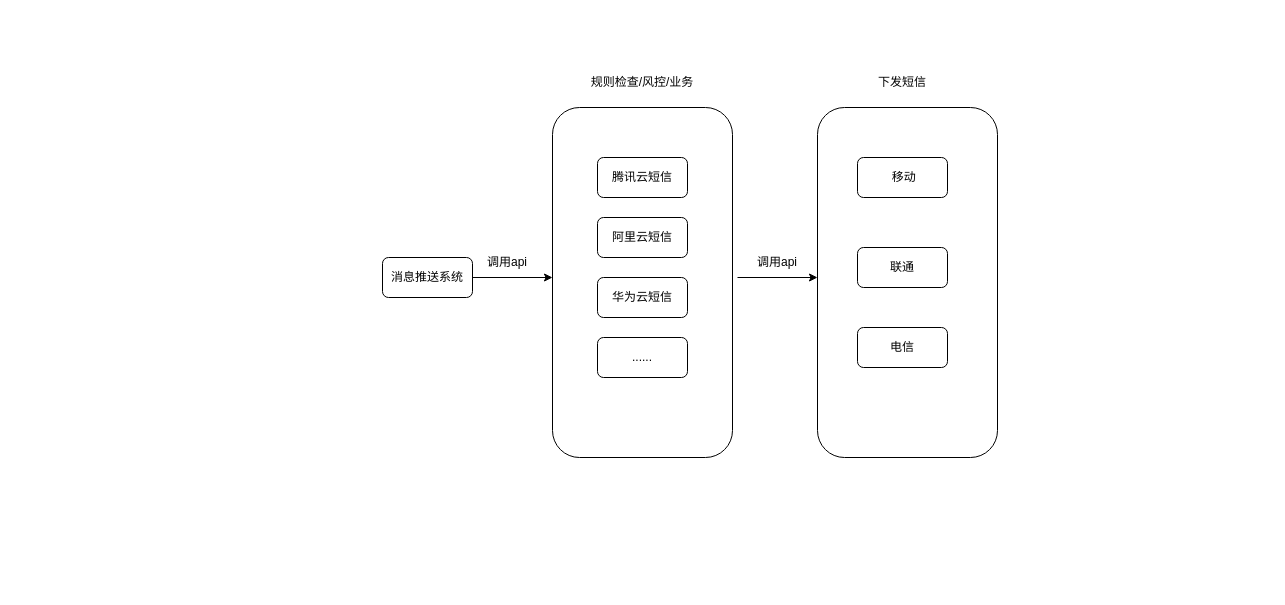
This is 调用渠道商API处理流程.drawio from Crazypointer/Picture, a draw.io file, before an edit. Source tidied: cells renumbered, new cells numbered last; positions are measured from the earlier drawing's top-left corner, leaving out a move shared by most shapes. Both pictures are drawn from the tidied source at 100%, with x=0, y=0 at pixel (382, 67).
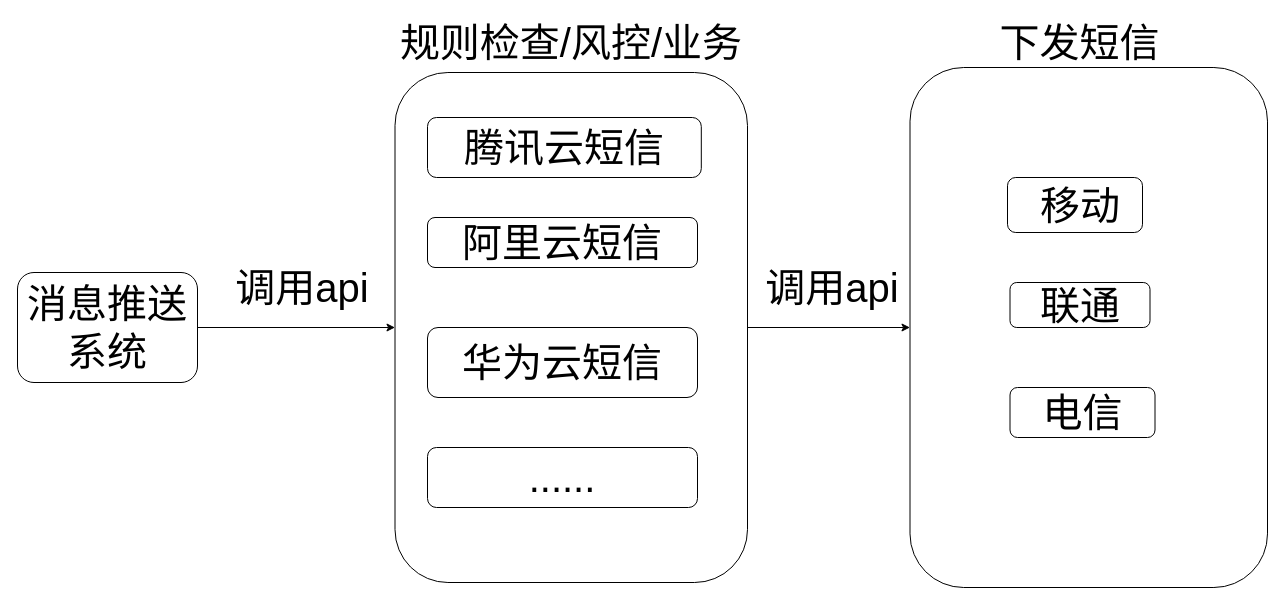
After the change.

Commit message:
更新调用渠道商API处理流程.drawio

Diff of the diagram source:
```diff
@@
 <mxGraphModel>
   <root>
     <mxCell id="0" />
     <mxCell id="1" parent="0" />
-    <mxCell id="2" style="rounded=1;whiteSpace=wrap;html=1;" parent="1" vertex="1">
-      <mxGeometry x="435" y="40" width="180" height="350" as="geometry" />
+    <mxCell id="2" style="rounded=1;whiteSpace=wrap;html=1;fontSize=40;" parent="1" vertex="1">
+      <mxGeometry x="527.5" width="357.5" height="520" as="geometry" />
     </mxCell>
+    <mxCell id="18" style="edgeStyle=orthogonalEdgeStyle;rounded=0;jettySize=auto;html=1;entryX=0;entryY=0.5;entryDx=0;entryDy=0;" parent="1" edge="1" source="3" target="2">
+      <mxGeometry relative="1" as="geometry" />
+    </mxCell>
-    <mxCell id="3" style="rounded=1;whiteSpace=wrap;html=1;" parent="1" vertex="1">
-      <mxGeometry x="170" y="40" width="180" height="350" as="geometry" />
+    <mxCell id="3" style="rounded=1;whiteSpace=wrap;html=1;fontSize=40;" parent="1" vertex="1">
+      <mxGeometry x="12.5" y="5" width="352.5" height="510" as="geometry" />
     </mxCell>
+    <mxCell id="19" style="edgeStyle=orthogonalEdgeStyle;rounded=0;jettySize=auto;html=1;entryX=0;entryY=0.5;entryDx=0;entryDy=0;" parent="1" edge="1" source="4" target="3">
+      <mxGeometry relative="1" as="geometry" />
+    </mxCell>
-    <mxCell id="4" value="消息推送系统" style="rounded=1;whiteSpace=wrap;html=1;" parent="1" vertex="1">
-      <mxGeometry y="190" width="90" height="40" as="geometry" />
+    <mxCell id="4" value="消息推送系统" style="rounded=1;whiteSpace=wrap;html=1;fontSize=40;" parent="1" vertex="1">
+      <mxGeometry x="-365" y="205" width="180" height="110" as="geometry" />
     </mxCell>
-    <mxCell id="5" value="腾讯云短信" style="rounded=1;whiteSpace=wrap;html=1;" parent="1" vertex="1">
-      <mxGeometry x="215" y="90" width="90" height="40" as="geometry" />
+    <mxCell id="5" value="腾讯云短信" style="rounded=1;whiteSpace=wrap;html=1;fontSize=40;" parent="1" vertex="1">
+      <mxGeometry x="45" y="50" width="273.8" height="60" as="geometry" />
     </mxCell>
-    <mxCell id="6" value="阿里云短信" style="rounded=1;whiteSpace=wrap;html=1;" parent="1" vertex="1">
-      <mxGeometry x="215" y="150" width="90" height="40" as="geometry" />
+    <mxCell id="6" value="阿里云短信" style="rounded=1;whiteSpace=wrap;html=1;fontSize=40;" parent="1" vertex="1">
+      <mxGeometry x="45" y="150" width="270" height="50" as="geometry" />
     </mxCell>
-    <mxCell id="7" value="华为云短信" style="rounded=1;whiteSpace=wrap;html=1;" parent="1" vertex="1">
-      <mxGeometry x="215" y="210" width="90" height="40" as="geometry" />
+    <mxCell id="7" value="华为云短信" style="rounded=1;whiteSpace=wrap;html=1;fontSize=40;" parent="1" vertex="1">
+      <mxGeometry x="45" y="260" width="270" height="70" as="geometry" />
     </mxCell>
-    <mxCell id="8" value="......" style="rounded=1;whiteSpace=wrap;html=1;" parent="1" vertex="1">
-      <mxGeometry x="215" y="270" width="90" height="40" as="geometry" />
+    <mxCell id="8" value="......" style="rounded=1;whiteSpace=wrap;html=1;fontSize=40;" parent="1" vertex="1">
+      <mxGeometry x="45" y="380" width="270" height="60" as="geometry" />
     </mxCell>
-    <mxCell id="9" style="endArrow=classic;html=1;rounded=0;exitX=1;exitY=0.5;exitDx=0;exitDy=0;" parent="1" edge="1" source="4">
-      <mxGeometry relative="1" as="geometry">
-        <mxPoint x="170" y="210" as="targetPoint" />
-      </mxGeometry>
-    </mxCell>
-    <mxCell id="10" value="规则检查/风控/业务" style="text;html=1;strokeColor=none;fillColor=none;align=center;verticalAlign=middle;whiteSpace=wrap;rounded=0;" parent="1" vertex="1">
-      <mxGeometry x="205" width="110" height="30" as="geometry" />
+    <mxCell id="10" value="规则检查/风控/业务" style="text;html=1;strokeColor=none;fillColor=none;align=center;verticalAlign=middle;whiteSpace=wrap;rounded=0;fontSize=40;" parent="1" vertex="1">
+      <mxGeometry x="-56.2" y="-50" width="490" height="50" as="geometry" />
     </mxCell>
-    <mxCell id="11" style="endArrow=classic;html=1;rounded=0;exitX=1;exitY=0.5;exitDx=0;exitDy=0;" parent="1" edge="1">
-      <mxGeometry relative="1" as="geometry">
-        <mxPoint x="355" y="210" as="sourcePoint" />
-        <mxPoint x="435" y="210" as="targetPoint" />
-      </mxGeometry>
-    </mxCell>
-    <mxCell id="12" value="&amp;nbsp;移动" style="rounded=1;whiteSpace=wrap;html=1;" parent="1" vertex="1">
-      <mxGeometry x="475" y="90" width="90" height="40" as="geometry" />
+    <mxCell id="12" value="&amp;nbsp;移动" style="rounded=1;whiteSpace=wrap;html=1;fontSize=40;" parent="1" vertex="1">
+      <mxGeometry x="625" y="110" width="135" height="55" as="geometry" />
     </mxCell>
-    <mxCell id="13" value="联通" style="rounded=1;whiteSpace=wrap;html=1;" parent="1" vertex="1">
-      <mxGeometry x="475" y="180" width="90" height="40" as="geometry" />
+    <mxCell id="13" value="联通" style="rounded=1;whiteSpace=wrap;html=1;fontSize=40;" parent="1" vertex="1">
+      <mxGeometry x="627.5" y="215" width="140" height="45" as="geometry" />
     </mxCell>
-    <mxCell id="14" value="电信" style="rounded=1;whiteSpace=wrap;html=1;" parent="1" vertex="1">
-      <mxGeometry x="475" y="260" width="90" height="40" as="geometry" />
+    <mxCell id="14" value="电信" style="rounded=1;whiteSpace=wrap;html=1;fontSize=40;" parent="1" vertex="1">
+      <mxGeometry x="627.5" y="320" width="145" height="50" as="geometry" />
     </mxCell>
-    <mxCell id="15" value="调用api" style="text;html=1;strokeColor=none;fillColor=none;align=center;verticalAlign=middle;whiteSpace=wrap;rounded=0;" parent="1" vertex="1">
-      <mxGeometry x="365" y="180" width="60" height="30" as="geometry" />
+    <mxCell id="15" value="调用api" style="text;html=1;strokeColor=none;fillColor=none;align=center;verticalAlign=middle;whiteSpace=wrap;rounded=0;fontSize=40;" parent="1" vertex="1">
+      <mxGeometry x="335" y="205" width="230" height="30" as="geometry" />
     </mxCell>
-    <mxCell id="16" value="调用api" style="text;html=1;strokeColor=none;fillColor=none;align=center;verticalAlign=middle;whiteSpace=wrap;rounded=0;" parent="1" vertex="1">
-      <mxGeometry x="95" y="180" width="60" height="30" as="geometry" />
+    <mxCell id="16" value="调用api" style="text;html=1;strokeColor=none;fillColor=none;align=center;verticalAlign=middle;whiteSpace=wrap;rounded=0;fontSize=40;" parent="1" vertex="1">
+      <mxGeometry x="-165" y="207.5" width="170" height="25" as="geometry" />
     </mxCell>
-    <mxCell id="17" value="下发短信" style="text;html=1;strokeColor=none;fillColor=none;align=center;verticalAlign=middle;whiteSpace=wrap;rounded=0;" parent="1" vertex="1">
-      <mxGeometry x="490" width="60" height="30" as="geometry" />
+    <mxCell id="17" value="下发短信" style="text;html=1;strokeColor=none;fillColor=none;align=center;verticalAlign=middle;whiteSpace=wrap;rounded=0;fontSize=40;" parent="1" vertex="1">
+      <mxGeometry x="575" y="-40" width="245" height="30" as="geometry" />
     </mxCell>
   </root>
 </mxGraphModel>
```
